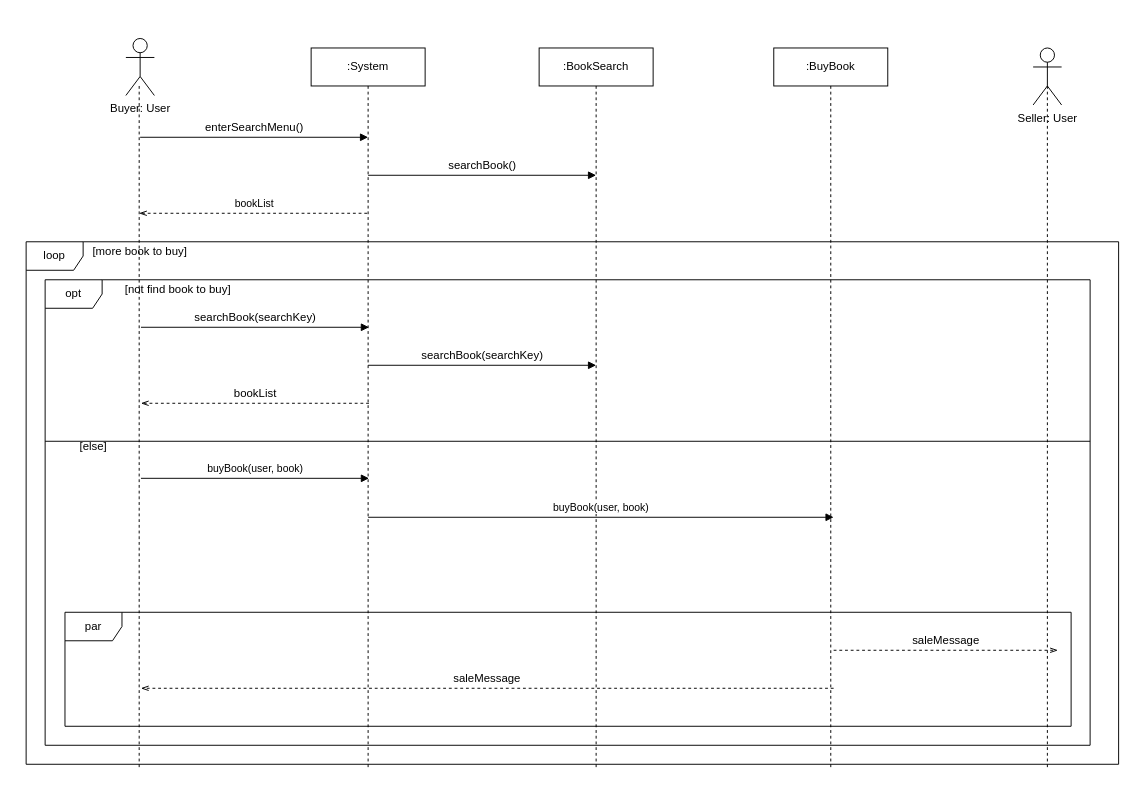
The draw.io diagram page "BuyBook" (3 of 3) of diagram/sequence_diagram.drawio in wonbeomjang/CAU11708-book-selling-system, before the edit. Source tidied: cells renumbered, new cells numbered last; positions are measured from the earlier drawing's top-left corner, leaving out a move shared by most shapes. Both pictures are drawn from the tidied source at 95%, with x=0, y=0 at pixel (26, 38).
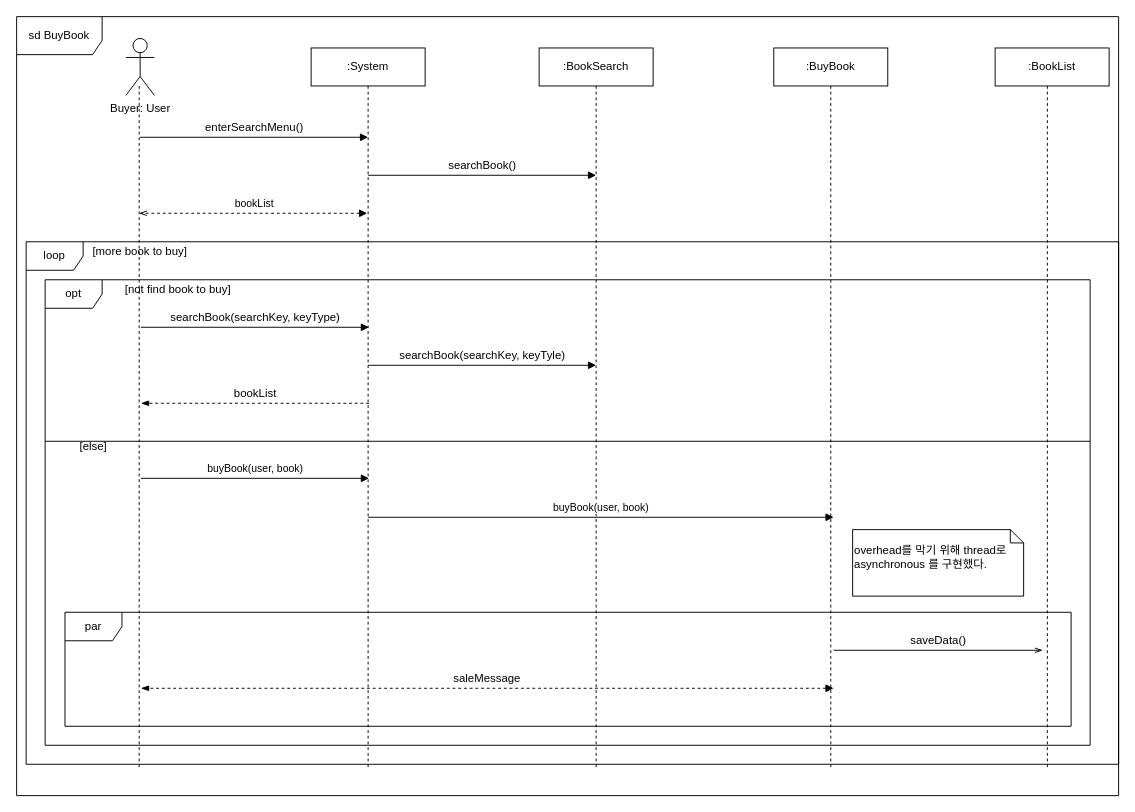
The same diagram, later.

The edit, as a diff of the source:
```diff
@@
-    <mxCell id="8" value="&lt;span style=&quot;font-family: helvetica; font-size: 12px; font-style: normal; font-weight: 400; letter-spacing: normal; text-align: center; text-indent: 0px; text-transform: none; word-spacing: 0px; float: none; display: inline;&quot;&gt;searchBook(searchKey)&lt;/span&gt;" style="endArrow=block;html=1;endFill=1;labelBackgroundColor=none;fontColor=#000000;" parent="1" edge="1">
+    <mxCell id="8" value="&lt;span style=&quot;font-family: &amp;#34;helvetica&amp;#34; ; font-size: 12px ; font-style: normal ; font-weight: 400 ; letter-spacing: normal ; text-align: center ; text-indent: 0px ; text-transform: none ; word-spacing: 0px ; float: none ; display: inline&quot;&gt;searchBook(searchKey, keyType)&lt;/span&gt;" style="endArrow=block;html=1;endFill=1;labelBackgroundColor=none;fontColor=#000000;" parent="1" edge="1">
       <mxGeometry y="10" relative="1" as="geometry">
         <mxPoint x="120.9" y="304" as="sourcePoint" />
         <mxPoint x="360.9" y="304" as="targetPoint" />
       </mxGeometry>
     </mxCell>
-    <mxCell id="9" value="&lt;span style=&quot;font-family: helvetica; font-size: 12px; font-style: normal; font-weight: 400; letter-spacing: normal; text-align: center; text-indent: 0px; text-transform: none; word-spacing: 0px; float: none; display: inline;&quot;&gt;bookList&lt;/span&gt;" style="endArrow=openThin;html=1;endFill=0;dashed=1;labelBackgroundColor=none;fontColor=#000000;" parent="1" edge="1">
+    <mxCell id="9" value="&lt;span style=&quot;font-family: helvetica; font-size: 12px; font-style: normal; font-weight: 400; letter-spacing: normal; text-align: center; text-indent: 0px; text-transform: none; word-spacing: 0px; float: none; display: inline;&quot;&gt;bookList&lt;/span&gt;" style="endArrow=blockThin;html=1;endFill=1;dashed=1;labelBackgroundColor=none;fontColor=#000000;startArrow=none;startFill=0;" parent="1" edge="1">
       <mxGeometry y="-10" relative="1" as="geometry">
         <mxPoint x="360.9" y="384" as="sourcePoint" />
         <mxPoint x="120.9" y="384" as="targetPoint" />
       </mxGeometry>
     </mxCell>
-    <mxCell id="10" value="Seller: User" style="shape=umlActor;verticalLabelPosition=bottom;labelBackgroundColor=none;verticalAlign=top;html=1;" parent="1" vertex="1">
-      <mxGeometry x="1060" y="10" width="30" height="60" as="geometry" />
-    </mxCell>
-    <mxCell id="11" value="bookList" style="endArrow=openThin;html=1;endFill=0;dashed=1;labelBackgroundColor=none;" parent="1" edge="1">
+    <mxCell id="11" value="bookList" style="endArrow=openThin;html=1;endFill=0;dashed=1;labelBackgroundColor=none;startArrow=block;startFill=1;" parent="1" edge="1">
       <mxGeometry x="-0.01" y="-10" relative="1" as="geometry">
         <mxPoint x="359" y="184" as="sourcePoint" />
         <mxPoint x="119" y="184" as="targetPoint" />
       </mxGeometry>
     </mxCell>
@@
-    <mxCell id="15" value="&lt;span style=&quot;font-family: helvetica; font-size: 12px; font-style: normal; font-weight: 400; letter-spacing: normal; text-align: center; text-indent: 0px; text-transform: none; word-spacing: 0px; float: none; display: inline;&quot;&gt;saleMessage&lt;/span&gt;" style="endArrow=openThin;html=1;endFill=0;dashed=1;labelBackgroundColor=none;fontColor=#000000;" parent="1" edge="1">
+    <mxCell id="15" value="&lt;span style=&quot;font-family: helvetica; font-size: 12px; font-style: normal; font-weight: 400; letter-spacing: normal; text-align: center; text-indent: 0px; text-transform: none; word-spacing: 0px; float: none; display: inline;&quot;&gt;saleMessage&lt;/span&gt;" style="endArrow=blockThin;html=1;endFill=1;dashed=1;labelBackgroundColor=none;fontColor=#000000;startArrow=block;startFill=1;" parent="1" edge="1">
       <mxGeometry y="-10" relative="1" as="geometry">
         <mxPoint x="850" y="684" as="sourcePoint" />
         <mxPoint x="120.9" y="684" as="targetPoint" />
       </mxGeometry>
     </mxCell>
-    <mxCell id="16" value="&lt;span style=&quot;font-family: helvetica; font-size: 12px; font-style: normal; font-weight: 400; letter-spacing: normal; text-align: center; text-indent: 0px; text-transform: none; word-spacing: 0px; float: none; display: inline;&quot;&gt;saleMessage&lt;/span&gt;" style="endArrow=openThin;html=1;endFill=0;dashed=1;labelBackgroundColor=#ffffff;fontColor=#000000;" parent="1" edge="1">
+    <mxCell id="16" value="&lt;span style=&quot;font-family: &amp;#34;helvetica&amp;#34; ; font-size: 12px ; font-style: normal ; font-weight: 400 ; letter-spacing: normal ; text-align: center ; text-indent: 0px ; text-transform: none ; word-spacing: 0px ; float: none ; display: inline&quot;&gt;saveData()&lt;/span&gt;" style="endArrow=openThin;html=1;endFill=0;labelBackgroundColor=#ffffff;fontColor=#000000;" parent="1" edge="1">
       <mxGeometry y="10" relative="1" as="geometry">
         <mxPoint x="850" y="644" as="sourcePoint" />
-        <mxPoint x="1086" y="644" as="targetPoint" />
+        <mxPoint x="1070" y="644" as="targetPoint" />
       </mxGeometry>
     </mxCell>
@@
-    <mxCell id="25" value="&lt;span style=&quot;font-family: helvetica; font-size: 12px; font-style: normal; font-weight: 400; letter-spacing: normal; text-align: center; text-indent: 0px; text-transform: none; word-spacing: 0px; float: none; display: inline;&quot;&gt;searchBook(searchKey)&lt;/span&gt;" style="endArrow=block;html=1;endFill=1;labelBackgroundColor=none;fontColor=#000000;" parent="1" edge="1">
+    <mxCell id="25" value="&lt;span style=&quot;font-family: &amp;#34;helvetica&amp;#34; ; font-size: 12px ; font-style: normal ; font-weight: 400 ; letter-spacing: normal ; text-align: center ; text-indent: 0px ; text-transform: none ; word-spacing: 0px ; float: none ; display: inline&quot;&gt;searchBook(searchKey, keyTyle)&lt;/span&gt;" style="endArrow=block;html=1;endFill=1;labelBackgroundColor=none;fontColor=#000000;" parent="1" edge="1">
       <mxGeometry y="10" relative="1" as="geometry">
         <mxPoint x="360" y="344" as="sourcePoint" />
         <mxPoint x="600" y="344" as="targetPoint" />
       </mxGeometry>
     </mxCell>
@@
+    <mxCell id="29" value=":BookList" style="rounded=0;whiteSpace=wrap;html=1;labelBackgroundColor=none;" parent="1" vertex="1">
+      <mxGeometry x="1020" y="10" width="120" height="40" as="geometry" />
+    </mxCell>
+    <mxCell id="30" value="&lt;br&gt;overhead를 막기 위해 thread로 asynchronous 를 구현했다." style="shape=note;whiteSpace=wrap;html=1;size=14;verticalAlign=top;align=left;spacingTop=-6;" parent="1" vertex="1">
+      <mxGeometry x="870" y="517" width="180" height="70" as="geometry" />
+    </mxCell>
+    <mxCell id="31" value="sd BuyBook" style="shape=umlFrame;whiteSpace=wrap;html=1;width=90;height=40;" parent="1" vertex="1">
+      <mxGeometry x="-10" y="-23" width="1160" height="820" as="geometry" />
+    </mxCell>
```
